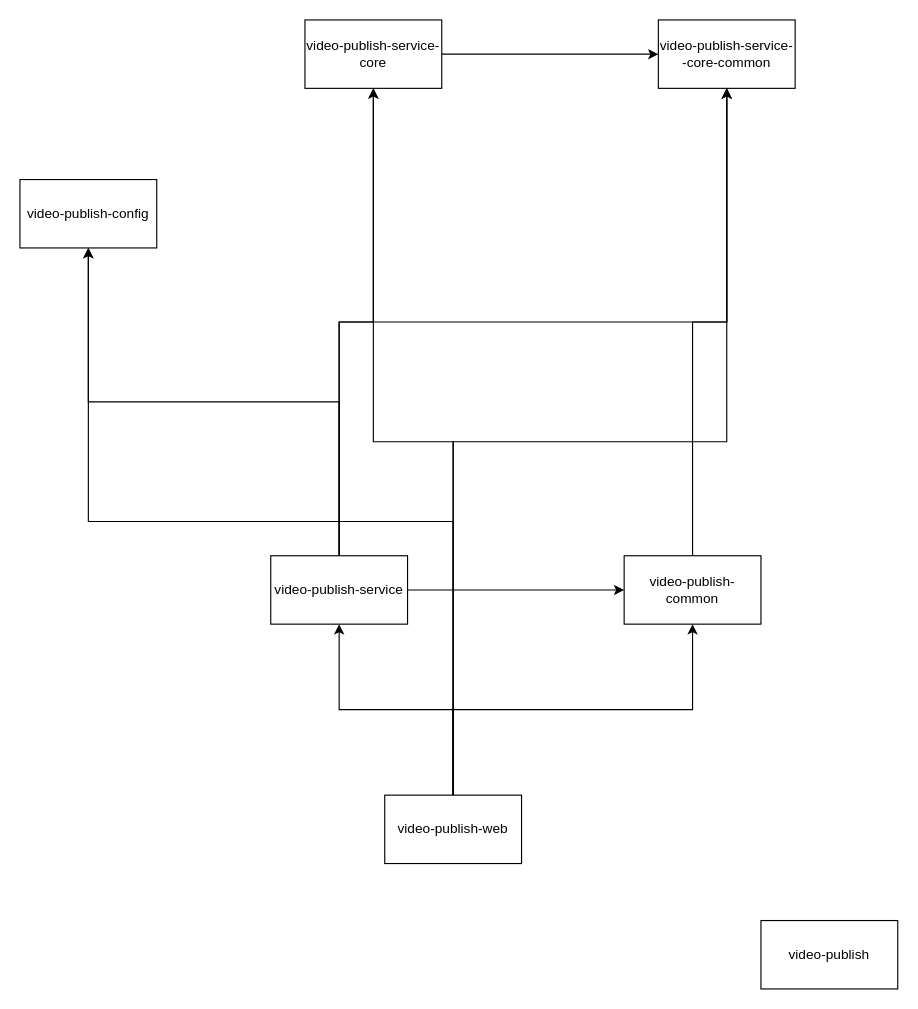
This is Untitled Diagram.drawio from daadreeam/prac, a draw.io file, before an edit. Source tidied: cells renumbered, new cells numbered last; positions are measured from the earlier drawing's top-left corner, leaving out a move shared by most shapes. Both pictures are drawn from the tidied source at 114%, with x=0, y=0 at pixel (19, 19).
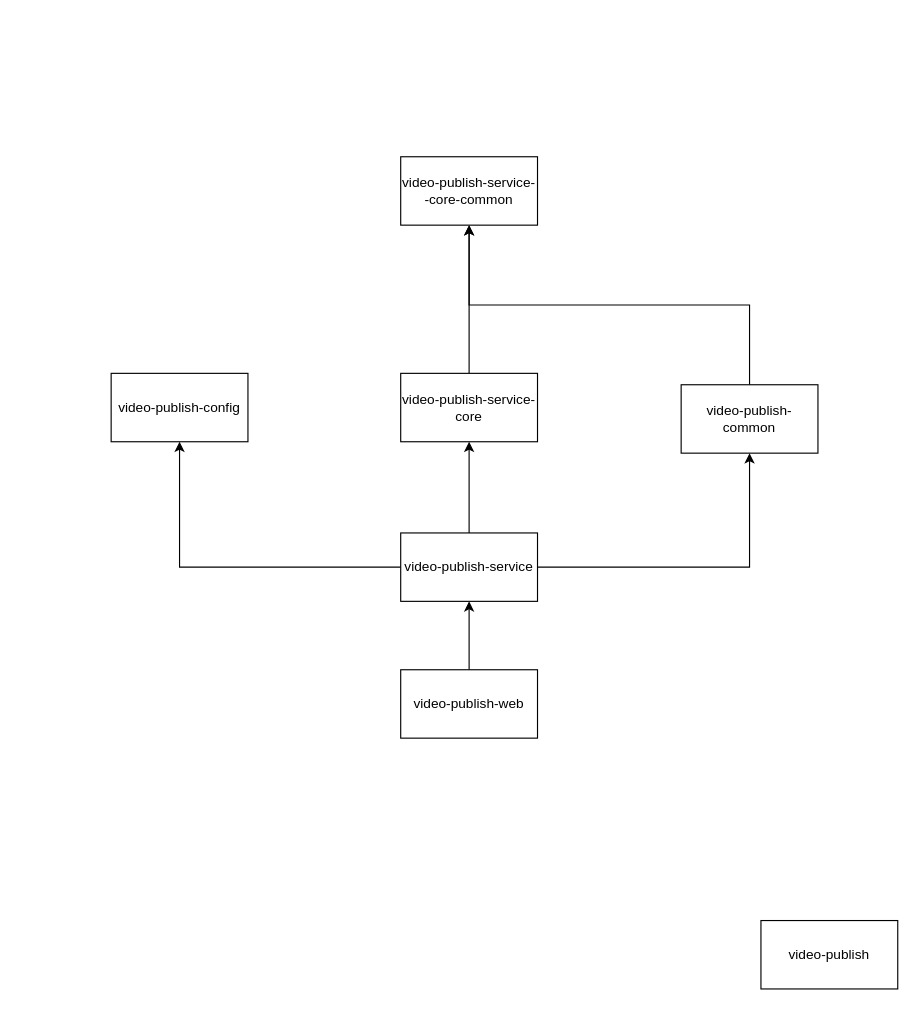
The same page after the edit.

What changed in the source:
```diff
@@
-    <mxCell id="4" style="edgeStyle=orthogonalEdgeStyle;rounded=0;jettySize=auto;html=1;exitX=0.5;exitY=0;exitDx=0;exitDy=0;entryX=0.5;entryY=1;entryDx=0;entryDy=0;" parent="1" edge="1" source="8" target="10">
-      <mxGeometry relative="1" as="geometry" />
-    </mxCell>
-    <mxCell id="5" style="edgeStyle=orthogonalEdgeStyle;rounded=0;jettySize=auto;html=1;exitX=0.5;exitY=0;exitDx=0;exitDy=0;entryX=0.5;entryY=1;entryDx=0;entryDy=0;" parent="1" edge="1" source="8" target="11">
-      <mxGeometry relative="1" as="geometry" />
-    </mxCell>
-    <mxCell id="6" style="edgeStyle=orthogonalEdgeStyle;rounded=0;jettySize=auto;html=1;entryX=0.5;entryY=1;entryDx=0;entryDy=0;exitX=0.5;exitY=0;exitDx=0;exitDy=0;" parent="1" edge="1" source="8" target="14">
-      <mxGeometry relative="1" as="geometry" />
-    </mxCell>
-    <mxCell id="7" style="edgeStyle=orthogonalEdgeStyle;rounded=0;jettySize=auto;html=1;exitX=0.5;exitY=0;exitDx=0;exitDy=0;entryX=0.5;entryY=1;entryDx=0;entryDy=0;" parent="1" edge="1" source="8" target="12">
-      <mxGeometry relative="1" as="geometry" />
-    </mxCell>
     <mxCell id="8" value="video-publish-web" style="rounded=0;whiteSpace=wrap;html=1;" parent="1" vertex="1">
-      <mxGeometry x="320" y="680" width="120" height="60" as="geometry" />
+      <mxGeometry x="334" y="570" width="120" height="60" as="geometry" />
     </mxCell>
-    <mxCell id="9" style="edgeStyle=orthogonalEdgeStyle;rounded=0;jettySize=auto;html=1;exitX=1;exitY=0.5;exitDx=0;exitDy=0;entryX=0;entryY=0.5;entryDx=0;entryDy=0;" parent="1" edge="1" source="10" target="11">
+    <mxCell id="9" style="edgeStyle=orthogonalEdgeStyle;rounded=0;jettySize=auto;html=1;exitX=0.5;exitY=0;exitDx=0;exitDy=0;entryX=0.5;entryY=1;entryDx=0;entryDy=0;" parent="1" edge="1" source="10" target="11">
       <mxGeometry relative="1" as="geometry" />
     </mxCell>
     <mxCell id="10" value="video-publish-service-core" style="rounded=0;whiteSpace=wrap;html=1;" parent="1" vertex="1">
-      <mxGeometry x="250" width="120" height="60" as="geometry" />
+      <mxGeometry x="334" y="310" width="120" height="60" as="geometry" />
     </mxCell>
     <mxCell id="11" value="video-publish-service--core-common" style="rounded=0;whiteSpace=wrap;html=1;" parent="1" vertex="1">
-      <mxGeometry x="560" width="120" height="60" as="geometry" />
+      <mxGeometry x="334" y="120" width="120" height="60" as="geometry" />
     </mxCell>
     <mxCell id="12" value="video-publish-config" style="rounded=0;whiteSpace=wrap;html=1;" parent="1" vertex="1">
-      <mxGeometry y="140" width="120" height="60" as="geometry" />
+      <mxGeometry x="80" y="310" width="120" height="60" as="geometry" />
     </mxCell>
@@
     <mxCell id="14" value="video-publish-common" style="rounded=0;whiteSpace=wrap;html=1;" parent="1" vertex="1">
-      <mxGeometry x="530" y="470" width="120" height="60" as="geometry" />
+      <mxGeometry x="580" y="320" width="120" height="60" as="geometry" />
     </mxCell>
@@
-    <mxCell id="16" style="edgeStyle=orthogonalEdgeStyle;rounded=0;jettySize=auto;html=1;exitX=0.5;exitY=0;exitDx=0;exitDy=0;entryX=0.5;entryY=1;entryDx=0;entryDy=0;" parent="1" edge="1" source="19" target="11">
-      <mxGeometry relative="1" as="geometry" />
-    </mxCell>
-    <mxCell id="17" style="edgeStyle=orthogonalEdgeStyle;rounded=0;jettySize=auto;html=1;exitX=0.5;exitY=0;exitDx=0;exitDy=0;entryX=0.5;entryY=1;entryDx=0;entryDy=0;" parent="1" edge="1" source="19" target="12">
+    <mxCell id="17" style="edgeStyle=orthogonalEdgeStyle;rounded=0;jettySize=auto;html=1;exitX=0;exitY=0.5;exitDx=0;exitDy=0;entryX=0.5;entryY=1;entryDx=0;entryDy=0;" parent="1" edge="1" source="19" target="12">
       <mxGeometry relative="1" as="geometry" />
     </mxCell>
-    <mxCell id="18" style="edgeStyle=orthogonalEdgeStyle;rounded=0;jettySize=auto;html=1;exitX=1;exitY=0.5;exitDx=0;exitDy=0;entryX=0;entryY=0.5;entryDx=0;entryDy=0;" parent="1" edge="1" source="19" target="14">
-      <mxGeometry relative="1" as="geometry">
-        <Array as="points">
-          <mxPoint x="490" y="500" />
-          <mxPoint x="490" y="500" />
-        </Array>
-      </mxGeometry>
+    <mxCell id="18" style="edgeStyle=orthogonalEdgeStyle;rounded=0;jettySize=auto;html=1;exitX=1;exitY=0.5;exitDx=0;exitDy=0;entryX=0.5;entryY=1;entryDx=0;entryDy=0;" parent="1" edge="1" source="19" target="14">
+      <mxGeometry relative="1" as="geometry" />
     </mxCell>
     <mxCell id="19" value="video-publish-service" style="rounded=0;whiteSpace=wrap;html=1;" parent="1" vertex="1">
-      <mxGeometry x="220" y="470" width="120" height="60" as="geometry" />
+      <mxGeometry x="334" y="450" width="120" height="60" as="geometry" />
     </mxCell>
```
